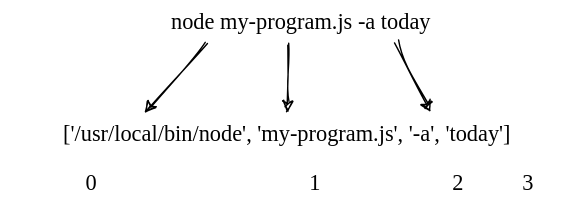
Above: systems-programming/figures/process-argv.svg in gvwilson/sdxjs (draw.io), before the change. Source tidied: cells renumbered, new cells last; positions are measured from the earlier drawing's top-left corner, leaving out a move shared by most shapes.
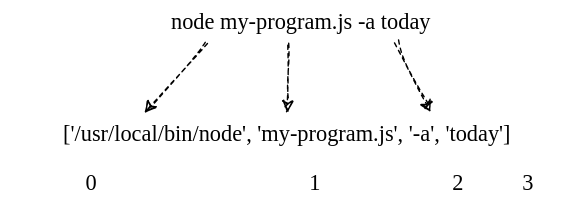
Later version of the same file.

Diff of the diagram source:
```diff
@@ -8,13 +8,13 @@
     <mxCell id="3" value="['/usr/local/bin/node', 'my-program.js', '-a', 'today']" style="text;html=1;strokeColor=none;fillColor=none;align=center;verticalAlign=middle;whiteSpace=wrap;rounded=0;fontFamily=Comic Sans MS;fontSize=16;" parent="1" vertex="1">
       <mxGeometry y="80" width="410" height="30" as="geometry" />
     </mxCell>
-    <mxCell id="4" style="endArrow=classic;html=1;fontFamily=Helvetica;entryX=0.25;entryY=0;entryDx=0;entryDy=0;exitX=0.25;exitY=1;exitDx=0;exitDy=0;sketch=1;fontSize=16;" parent="1" edge="1" source="2" target="3">
+    <mxCell id="4" style="endArrow=classic;html=1;fontFamily=Helvetica;entryX=0.25;entryY=0;entryDx=0;entryDy=0;exitX=0.25;exitY=1;exitDx=0;exitDy=0;sketch=1;fontSize=16;dashed=1;" parent="1" edge="1" source="2" target="3">
       <mxGeometry relative="1" as="geometry" />
     </mxCell>
-    <mxCell id="5" style="endArrow=classic;html=1;fontFamily=Helvetica;entryX=0.5;entryY=0;entryDx=0;entryDy=0;exitX=0.465;exitY=1.05;exitDx=0;exitDy=0;exitPerimeter=0;sketch=1;fontSize=16;" parent="1" edge="1" source="2" target="3">
+    <mxCell id="5" style="endArrow=classic;html=1;fontFamily=Helvetica;entryX=0.5;entryY=0;entryDx=0;entryDy=0;exitX=0.465;exitY=1.05;exitDx=0;exitDy=0;exitPerimeter=0;sketch=1;fontSize=16;dashed=1;" parent="1" edge="1" source="2" target="3">
       <mxGeometry relative="1" as="geometry" />
     </mxCell>
-    <mxCell id="6" style="endArrow=classic;html=1;fontFamily=Helvetica;entryX=0.75;entryY=0;entryDx=0;entryDy=0;exitX=0.75;exitY=1;exitDx=0;exitDy=0;sketch=1;fontSize=16;" parent="1" edge="1" source="2" target="3">
+    <mxCell id="6" style="endArrow=classic;html=1;fontFamily=Helvetica;entryX=0.75;entryY=0;entryDx=0;entryDy=0;exitX=0.75;exitY=1;exitDx=0;exitDy=0;sketch=1;fontSize=16;dashed=1;" parent="1" edge="1" source="2" target="3">
       <mxGeometry relative="1" as="geometry" />
     </mxCell>
     <mxCell id="7" value="&lt;font face=&quot;Comic Sans MS&quot; style=&quot;font-size: 16px;&quot;&gt;0&lt;/font&gt;" style="text;html=1;strokeColor=none;fillColor=none;align=center;verticalAlign=middle;whiteSpace=wrap;rounded=0;fontSize=16;" parent="1" vertex="1">
```
